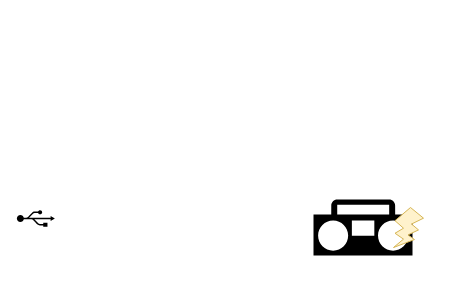
Before: TBM-Live.drawio in abouchereau/tonybmachine, a draw.io diagram. Source tidied: cells renumbered, new cells numbered last; positions are measured from the earlier drawing's top-left corner, leaving out a move shared by most shapes. Both pictures are drawn from the tidied source at 100%, with x=0, y=0 at pixel (27, 199).
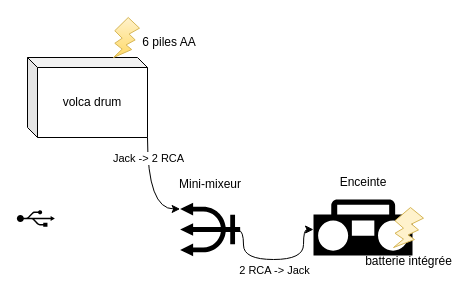
Above is the later version.

What changed in the source:
```diff
@@
 <mxGraphModel>
   <root>
     <mxCell id="0" />
     <mxCell id="1" parent="0" />
     <mxCell id="2" style="shape=mxgraph.signs.tech.usb;html=1;fillColor=#000000;strokeColor=none;verticalLabelPosition=bottom;verticalAlign=top;align=center;sketch=0;rotation=90;" parent="1" vertex="1">
       <mxGeometry width="16.7" height="38" as="geometry" />
     </mxCell>
     <mxCell id="3" style="shape=mxgraph.signs.tech.radio;html=1;fillColor=#000000;strokeColor=none;verticalLabelPosition=bottom;verticalAlign=top;align=center;sketch=0;" parent="1" vertex="1">
       <mxGeometry x="286" width="99" height="56" as="geometry" />
     </mxCell>
-    <mxCell id="4" style="verticalLabelPosition=bottom;verticalAlign=top;html=1;shape=mxgraph.basic.flash;fillColor=#fff2cc;strokeColor=#d6b656;" parent="1" vertex="1">
+    <mxCell id="4" value="batterie intégrée" style="verticalLabelPosition=bottom;verticalAlign=top;html=1;shape=mxgraph.basic.flash;fillColor=#fff2cc;strokeColor=#d6b656;" parent="1" vertex="1">
       <mxGeometry x="366" y="8" width="30" height="40" as="geometry" />
     </mxCell>
+    <mxCell id="5" style="shape=mxgraph.signs.nature.neptune;html=1;fillColor=#000000;strokeColor=none;verticalLabelPosition=bottom;verticalAlign=top;align=center;sketch=0;rotation=-90;" parent="1" vertex="1">
+      <mxGeometry x="156" width="53.3" height="60" as="geometry" />
+    </mxCell>
+    <mxCell id="6" value="Mini-mixeur" style="text;html=1;strokeColor=none;fillColor=none;align=center;verticalAlign=middle;whiteSpace=wrap;rounded=0;" parent="1" vertex="1">
+      <mxGeometry x="142.6" y="-30" width="80" height="30" as="geometry" />
+    </mxCell>
+    <mxCell id="7" value="&lt;div&gt;Enceinte&lt;/div&gt;" style="text;html=1;strokeColor=none;fillColor=none;align=center;verticalAlign=middle;whiteSpace=wrap;rounded=0;" parent="1" vertex="1">
+      <mxGeometry x="306" y="-32" width="60" height="30" as="geometry" />
+    </mxCell>
+    <mxCell id="8" style="endArrow=classic;html=1;rounded=0;edgeStyle=orthogonalEdgeStyle;curved=1;" parent="1" edge="1">
+      <mxGeometry relative="1" as="geometry">
+        <mxPoint x="206" y="30" as="sourcePoint" />
+        <mxPoint x="286" y="30" as="targetPoint" />
+        <Array as="points">
+          <mxPoint x="206" y="31" />
+          <mxPoint x="216" y="31" />
+          <mxPoint x="216" y="60" />
+          <mxPoint x="276" y="60" />
+          <mxPoint x="276" y="30" />
+        </Array>
+      </mxGeometry>
+    </mxCell>
+    <mxCell id="9" value="&lt;div&gt;2 RCA -&amp;gt; Jack&lt;/div&gt;" style="edgeLabel;html=1;align=center;verticalAlign=middle;" parent="8" vertex="1">
+      <mxGeometry relative="1" as="geometry">
+        <mxPoint y="10" as="offset" />
+      </mxGeometry>
+    </mxCell>
+    <mxCell id="10" value="&lt;div&gt;volca drum&lt;/div&gt;" style="shape=cube;whiteSpace=wrap;html=1;boundedLbl=1;backgroundOutline=1;darkOpacity=0.05;darkOpacity2=0.1;size=10;" parent="1" vertex="1">
+      <mxGeometry y="-142" width="120" height="80" as="geometry" />
+    </mxCell>
+    <mxCell id="11" style="endArrow=classic;html=1;rounded=0;edgeStyle=orthogonalEdgeStyle;curved=1;exitX=1;exitY=1;exitDx=0;exitDy=0;exitPerimeter=0;entryX=0.885;entryY=0;entryDx=0;entryDy=0;entryPerimeter=0;" parent="1" edge="1" source="10" target="5">
+      <mxGeometry relative="1" as="geometry" />
+    </mxCell>
+    <mxCell id="12" value="Jack -&amp;gt; 2 RCA" style="edgeLabel;html=1;align=center;verticalAlign=middle;" parent="11" vertex="1">
+      <mxGeometry relative="1" as="geometry">
+        <mxPoint y="-32" as="offset" />
+      </mxGeometry>
+    </mxCell>
+    <mxCell id="13" style="verticalLabelPosition=bottom;verticalAlign=top;html=1;shape=mxgraph.basic.flash;gradientColor=#ffd966;fillColor=#fff2cc;strokeColor=#d6b656;" parent="1" vertex="1">
+      <mxGeometry x="86" y="-182" width="26" height="40" as="geometry" />
+    </mxCell>
+    <mxCell id="14" value="6 piles AA" style="text;html=1;strokeColor=none;fillColor=none;align=center;verticalAlign=middle;whiteSpace=wrap;rounded=0;" parent="1" vertex="1">
+      <mxGeometry x="112" y="-172" width="60" height="30" as="geometry" />
+    </mxCell>
   </root>
 </mxGraphModel>
```
